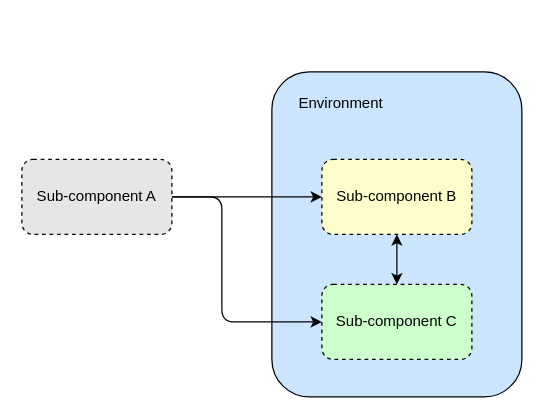
Above: page "main" (1 of 2) of doc/arc.drawio in rasmushaa/drawio_document_demo_a (draw.io), before the change. Source tidied: cells renumbered, new cells numbered last; positions are measured from the earlier drawing's top-left corner, leaving out a move shared by most shapes. Both pictures are drawn from the tidied source at 125%, with x=0, y=0 at pixel (21, 71).
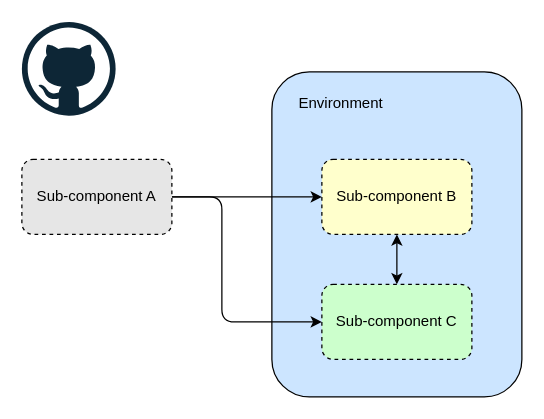
The same diagram, later.

Commit message:
Add repo link

What changed in the source:
```diff
@@
 <mxGraphModel>
   <root>
     <mxCell id="0" />
     <mxCell id="1" parent="0" />
     <mxCell id="2" style="rounded=1;whiteSpace=wrap;html=1;fillColor=#CCE5FF;" parent="1" vertex="1">
       <mxGeometry x="200" width="200" height="260" as="geometry" />
     </mxCell>
     <mxCell id="3" style="edgeStyle=none;html=1;entryX=0;entryY=0.5;entryDx=0;entryDy=0;" parent="1" edge="1" source="5" target="6">
       <mxGeometry relative="1" as="geometry" />
     </mxCell>
     <mxCell id="4" style="edgeStyle=none;html=1;entryX=0;entryY=0.5;entryDx=0;entryDy=0;rounded=1;curved=0;" parent="1" edge="1" source="5" target="8">
       <mxGeometry relative="1" as="geometry">
         <Array as="points">
           <mxPoint x="160" y="100" />
           <mxPoint x="160" y="150" />
           <mxPoint x="160" y="200" />
           <mxPoint x="220" y="200" />
         </Array>
       </mxGeometry>
     </mxCell>
     <mxCell id="5" value="Sub-component A" style="rounded=1;whiteSpace=wrap;html=1;dashed=1;fillColor=#E6E6E6;" parent="1" vertex="1">
       <mxGeometry y="70" width="120" height="60" as="geometry" />
     </mxCell>
     <mxCell id="6" value="Sub-component B" style="rounded=1;whiteSpace=wrap;html=1;dashed=1;fillColor=#FFFFCC;" parent="1" vertex="1">
       <mxGeometry x="240" y="70" width="120" height="60" as="geometry" />
     </mxCell>
     <mxCell id="7" style="edgeStyle=none;html=1;entryX=0.5;entryY=1;entryDx=0;entryDy=0;startArrow=classic;startFill=1;" parent="1" edge="1" source="8" target="6">
       <mxGeometry relative="1" as="geometry" />
     </mxCell>
     <mxCell id="8" value="Sub-component C" style="rounded=1;whiteSpace=wrap;html=1;dashed=1;fillColor=#CCFFCC;" parent="1" vertex="1">
       <mxGeometry x="240" y="170" width="120" height="60" as="geometry" />
     </mxCell>
     <mxCell id="9" value="Environment" style="text;html=1;align=center;verticalAlign=middle;strokeColor=none;fillColor=none;" parent="1" vertex="1">
       <mxGeometry x="210" y="10" width="90" height="30" as="geometry" />
     </mxCell>
+    <mxCell id="10" style="dashed=0;html=1;align=center;labelPosition=center;verticalLabelPosition=bottom;verticalAlign=top;shape=mxgraph.weblogos.github;" parent="1" vertex="1">
+      <mxGeometry y="-40" width="75" height="75" as="geometry" />
+    </mxCell>
   </root>
 </mxGraphModel>
```
